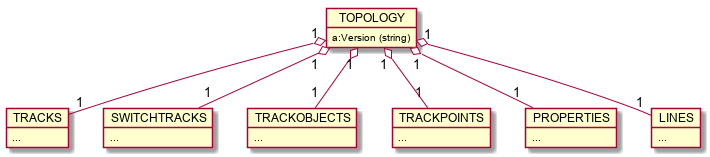
OpenRailAssociation/rcm-dx keeps this PlantUML diagram as images/generated/rcmdx_topology_group.png. Above is the earlier version.
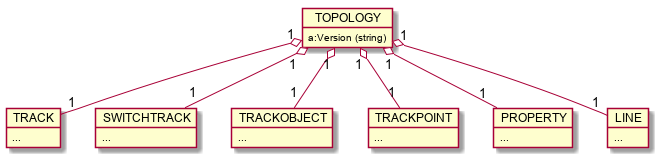
After the commit.

What changed in the source:
```diff
@@ -3,33 +3,33 @@
     a:Version (string)
   }
 
-  object TRACKS {
+  object TRACK {
     ...
   }
-  TOPOLOGY "1" o-- "1" TRACKS
+  TOPOLOGY "1" o-- "1" TRACK
 
-  object SWITCHTRACKS {
+  object SWITCHTRACK {
     ...
   }
-  TOPOLOGY "1" o-- "1" SWITCHTRACKS
+  TOPOLOGY "1" o-- "1" SWITCHTRACK
 
-  object TRACKOBJECTS {
+  object TRACKOBJECT {
     ...
   }
-  TOPOLOGY "1" o-- "1" TRACKOBJECTS
+  TOPOLOGY "1" o-- "1" TRACKOBJECT
 
-  object TRACKPOINTS {
+  object TRACKPOINT {
     ...
   }
-  TOPOLOGY "1" o-- "1" TRACKPOINTS
+  TOPOLOGY "1" o-- "1" TRACKPOINT
 
-  object PROPERTIES {
+  object PROPERTY {
     ...
   }
-  TOPOLOGY "1" o-- "1" PROPERTIES
+  TOPOLOGY "1" o-- "1" PROPERTY
 
-  object LINES {
+  object LINE {
     ...
   }
-  TOPOLOGY "1" o-- "1" LINES
+  TOPOLOGY "1" o-- "1" LINE
 @enduml
```
